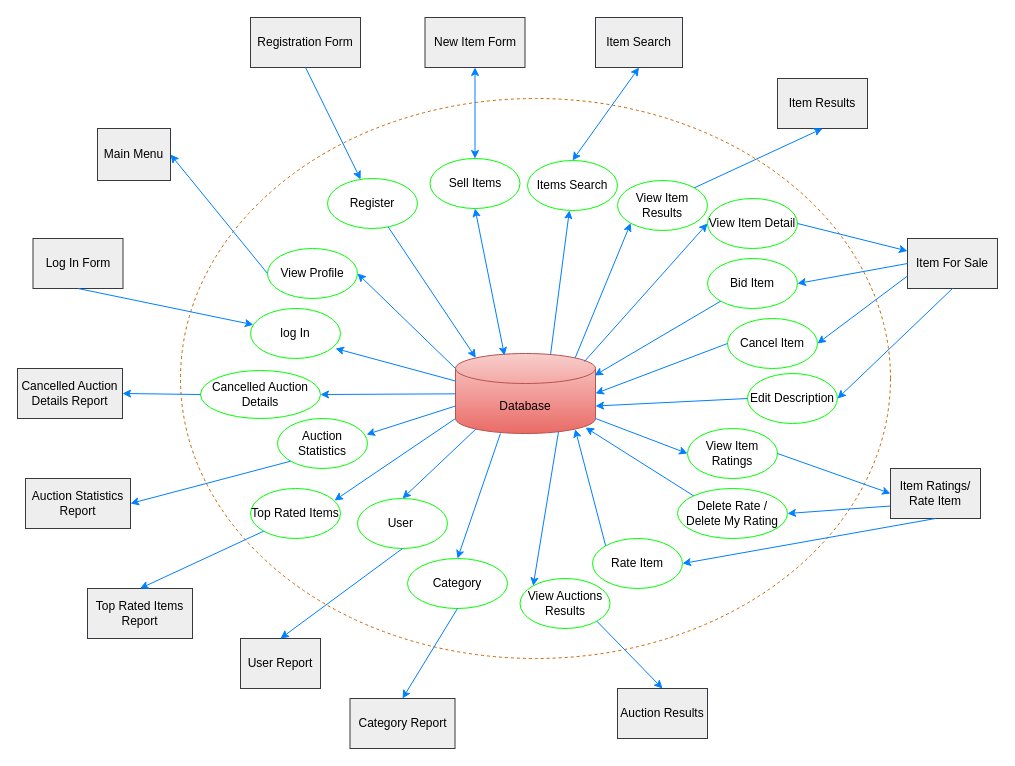
Above: IFD_BuzzBid.drawio in jobanyv9/6400_DatbaseDesign (draw.io), before the change. Source tidied: cells renumbered, new cells numbered last; positions are measured from the earlier drawing's top-left corner, leaving out a move shared by most shapes. Both pictures are drawn from the tidied source at 100%, with x=0, y=0 at pixel (17, 17).
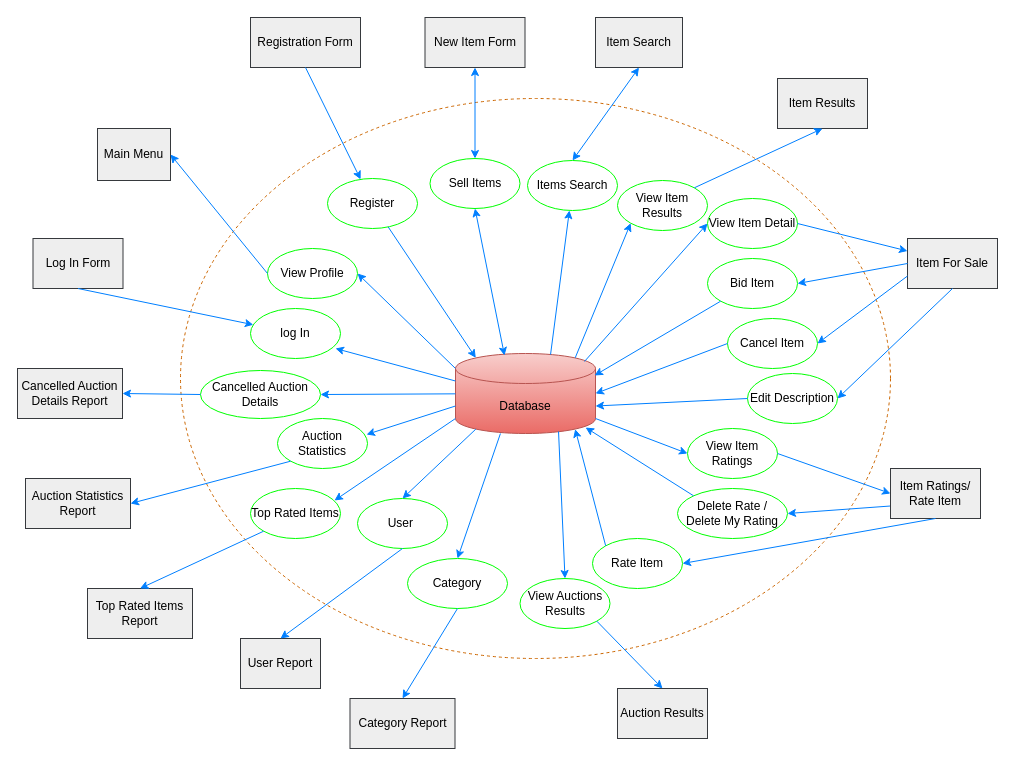
Above is the later version.

Unchanged cells that the change refers to:
```xml
<mxCell id="3" value="Database" style="shape=cylinder3;whiteSpace=wrap;html=1;boundedLbl=1;backgroundOutline=1;size=15;fillColor=#f8cecc;strokeColor=#b85450;gradientColor=#ea6b66;" parent="1" vertex="1">
  <mxGeometry x="438" y="336" width="140" height="80" as="geometry" />
</mxCell>
<mxCell id="10" value="View Auctions Results" style="ellipse;whiteSpace=wrap;html=1;strokeColor=#00FF00;" parent="1" vertex="1">
  <mxGeometry x="502.5" y="561" width="90" height="50" as="geometry" />
</mxCell>
```

Change to the diagram source:
```diff
@@
-    <mxCell id="16" style="endArrow=classic;html=1;rounded=0;exitX=0.736;exitY=0.975;exitDx=0;exitDy=0;exitPerimeter=0;strokeColor=#007FFF;entryX=0;entryY=0;entryDx=0;entryDy=0;" parent="1" edge="1" source="3" target="10">
+    <mxCell id="16" style="endArrow=classic;html=1;rounded=0;exitX=0.736;exitY=0.975;exitDx=0;exitDy=0;exitPerimeter=0;strokeColor=#007FFF;entryX=0.5;entryY=0;entryDx=0;entryDy=0;" parent="1" edge="1" source="3" target="10">
       <mxGeometry relative="1" as="geometry" />
     </mxCell>
```
